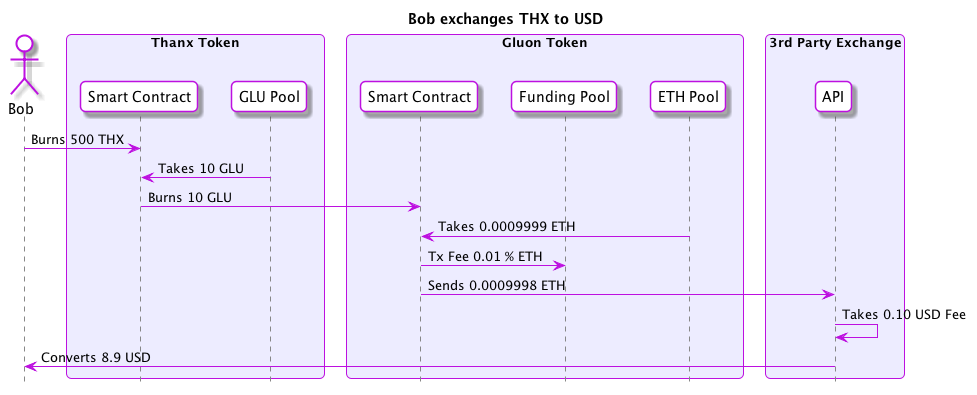
Above: flows/b-thx-to-usd-b.png in gluon-project/gluon-specs (PlantUML), before the change.
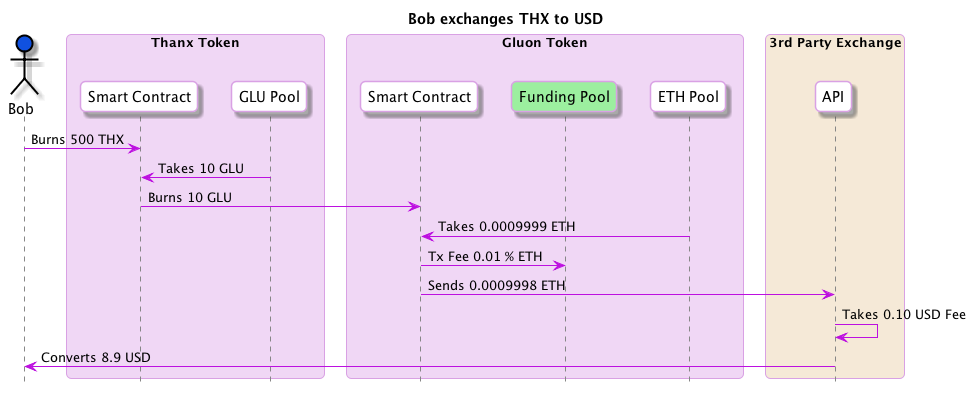
After the commit.

Change to the diagram source:
```diff
@@ -5,40 +5,38 @@
 skinparam headerFontSize 18
 skinparam sequence {
   ArrowColor #BD10E0
-  GroupBackgroundColor #BD10E0
-  GroupBorderColor #EDECFF
-  GroupHeaderFontColor #ffffff
-  BoxBorderColor #BD10E0
-  BoxBackgroundColor #EDECFF
+
+  BoxBorderColor #D9A1E4
+  BoxBackgroundColor #F0D7F5
   BoxPadding 10
 
-  ParticipantBorderColor #BD10E0
+  ParticipantBorderColor #D9A1E4
   ParticipantBackgroundColor #ffffff
   ParticipantPadding 10
 
-  ActorBorderColor #BD10E0
+  ActorBorderColor #000000
   ActorBackgroundColor #ffffff
+
   EntityBorderColor #BD10E0
   EntityBackgroundColor #ffffff
-  DatabaseBorderColor #BD10E0
-  DatabaseBackgroundColor #ffffff
+
 
   LifeLineBorderColor #878787
 }
 
 hide footbox
 title Bob exchanges THX to USD
-actor Bob
+actor Bob #1051E0
 box "Thanx Token"
   participant "Smart Contract" as ThanxSC
   participant "GLU Pool" as THXGLUPool
 end box
 box "Gluon Token"
   participant "Smart Contract" as GluonSC
-  participant "Funding Pool" as FundingPool
+  participant "Funding Pool" as FundingPool #9CEF9F
   participant "ETH Pool" as ETHPool
 end box
-box "3rd Party Exchange"
+box "3rd Party Exchange" #F5E9D7
   participant "API" as Exchange
 end box
 
```
